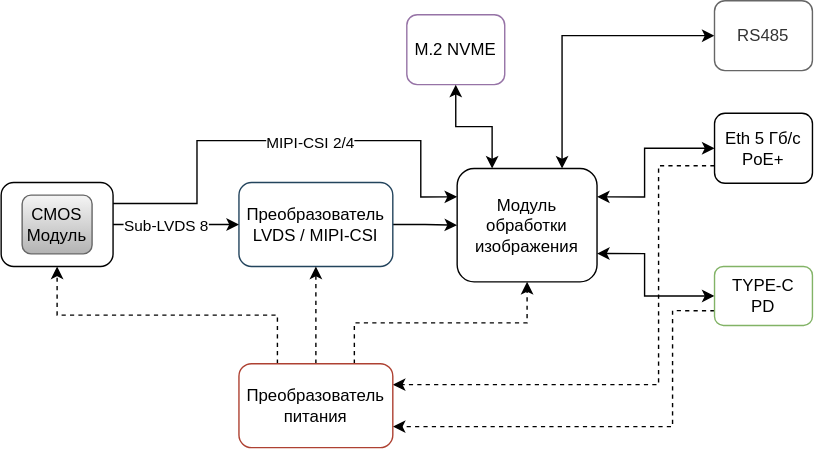
The draw.io diagram docs/hardware/start88_smart-camera_fbd.drawio.svg in sdyspb/reimagined-rk3588, before a commit. Source tidied: cells renumbered, new cells last; positions are measured from the earlier drawing's top-left corner, leaving out a move shared by most shapes.
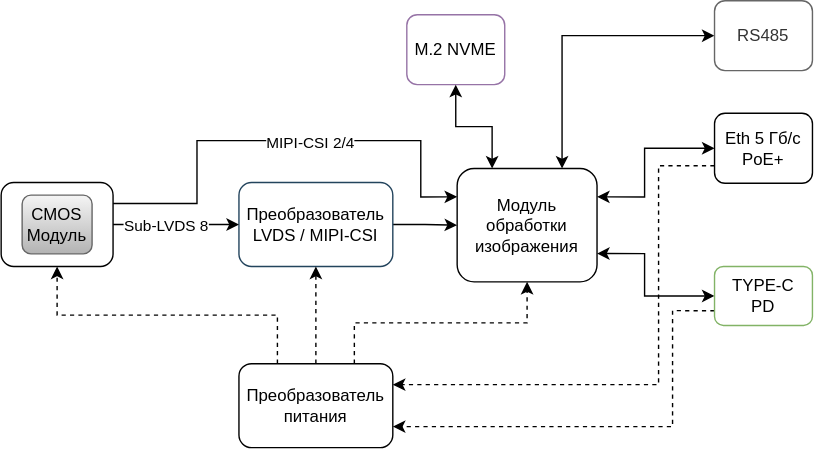
The same diagram one commit later.

Commit message:
Fix line colour

What changed in the source:
```diff
@@ -82,7 +82,7 @@
     <mxCell id="18" style="edgeStyle=orthogonalEdgeStyle;rounded=0;jettySize=auto;html=1;exitX=0;exitY=0.75;exitDx=0;exitDy=0;entryX=1;entryY=0.5;entryDx=0;entryDy=0;dashed=1;" parent="1" edge="1" source="19" target="15">
       <mxGeometry relative="1" as="geometry" />
     </mxCell>
-    <mxCell id="19" value="&lt;span style=&quot;&quot;&gt;Преобразователь&lt;/span&gt;&lt;div&gt;&lt;span style=&quot;&quot;&gt;питания&lt;/span&gt;&lt;/div&gt;" style="rounded=1;whiteSpace=wrap;html=1;fillColor=none;rotation=0;direction=south;strokeColor=#ae4132;" parent="1" vertex="1">
+    <mxCell id="19" value="&lt;span style=&quot;&quot;&gt;Преобразователь&lt;/span&gt;&lt;div&gt;&lt;span style=&quot;&quot;&gt;питания&lt;/span&gt;&lt;/div&gt;" style="rounded=1;whiteSpace=wrap;html=1;fillColor=none;rotation=0;direction=south;strokeColor=#000000;" parent="1" vertex="1">
       <mxGeometry x="170" y="259.5" width="110" height="60" as="geometry" />
     </mxCell>
     <mxCell id="20" value="M.2 NVME" style="rounded=1;whiteSpace=wrap;html=1;fontSize=12;verticalAlign=middle;fillColor=none;strokeColor=#9673a6;direction=west;horizontal=1;" parent="1" vertex="1">
```
